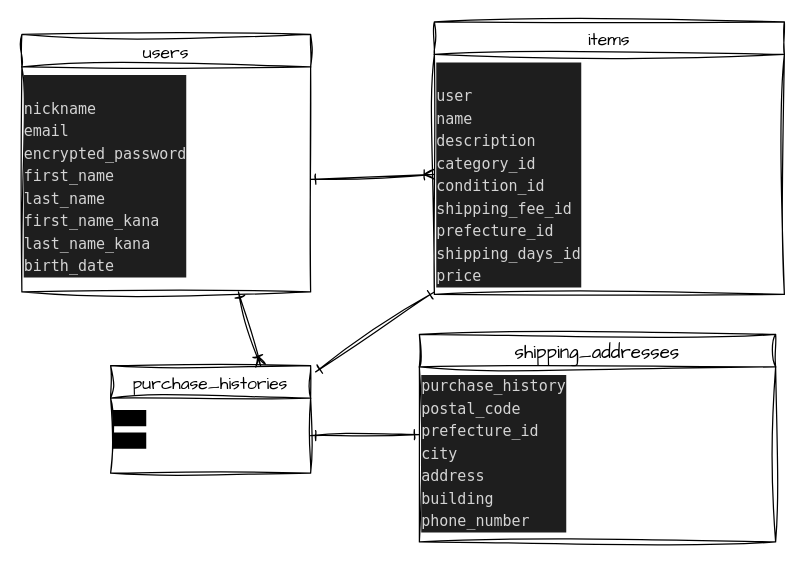
Above: ER.dio in k-en7188i/furima-39060 (draw.io), before the change. Source tidied: cells renumbered, new cells numbered last; positions are measured from the earlier drawing's top-left corner, leaving out a move shared by most shapes. Both pictures are drawn from the tidied source at 125%, with x=0, y=0 at pixel (21, 21).
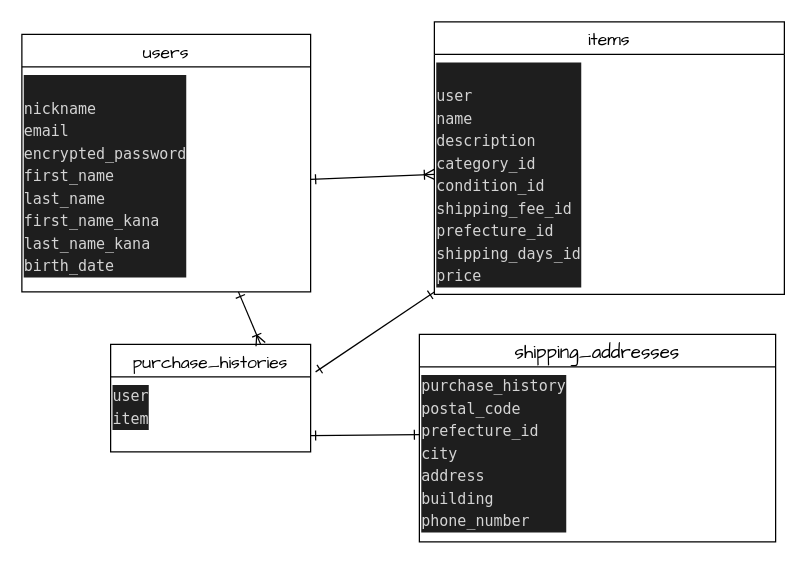
After the change.

The edit, as a diff of the source:
```diff
@@
 <mxGraphModel>
   <root>
     <mxCell id="0" />
     <mxCell id="1" parent="0" />
-    <mxCell id="2" value="users" style="swimlane;fontStyle=0;horizontal=1;startSize=26;align=center;fontSize=14;sketch=1;hachureGap=4;jiggle=2;curveFitting=1;fontFamily=Architects Daughter;" parent="1" vertex="1">
+    <mxCell id="2" value="users" style="swimlane;fontStyle=0;horizontal=1;startSize=26;align=center;fontSize=14;hachureGap=4;fontFamily=Architects Daughter;" parent="1" vertex="1">
       <mxGeometry y="10" width="231" height="206" as="geometry" />
     </mxCell>
     <mxCell id="3" value="&lt;div style=&quot;color: rgb(212, 212, 212); background-color: rgb(30, 30, 30); font-family: Menlo, Monaco, &amp;quot;Courier New&amp;quot;, monospace; font-weight: normal; font-size: 12px; line-height: 18px;&quot;&gt;&lt;div&gt;&lt;br&gt;&lt;/div&gt;&lt;div&gt;&lt;span style=&quot;color: #d4d4d4;&quot;&gt;nickname&lt;/span&gt;&lt;/div&gt;&lt;div&gt;&lt;span style=&quot;color: #d4d4d4;&quot;&gt;email&lt;/span&gt;&lt;/div&gt;&lt;div&gt;&lt;span style=&quot;color: #d4d4d4;&quot;&gt;encrypted_password&lt;/span&gt;&lt;/div&gt;&lt;div&gt;&lt;span style=&quot;color: #d4d4d4;&quot;&gt;first_name&lt;/span&gt;&lt;/div&gt;&lt;div&gt;&lt;span style=&quot;color: #d4d4d4;&quot;&gt;last_name&lt;/span&gt;&lt;/div&gt;&lt;div&gt;&lt;span style=&quot;color: #d4d4d4;&quot;&gt;first_name_kana&lt;/span&gt;&lt;/div&gt;&lt;div&gt;last_name_kana&lt;/div&gt;&lt;div&gt;&lt;span style=&quot;color: #d4d4d4;&quot;&gt;birth_date&amp;nbsp;&lt;/span&gt;&lt;/div&gt;&lt;/div&gt;" style="text;whiteSpace=wrap;html=1;fontSize=6;fontFamily=Architects Daughter;" parent="2" vertex="1">
       <mxGeometry y="26" width="231" height="180" as="geometry" />
     </mxCell>
-    <mxCell id="4" value="items" style="swimlane;fontStyle=0;horizontal=1;startSize=26;align=center;fontSize=14;sketch=1;hachureGap=4;jiggle=2;curveFitting=1;fontFamily=Architects Daughter;" parent="1" vertex="1">
+    <mxCell id="4" value="items" style="swimlane;fontStyle=0;horizontal=1;startSize=26;align=center;fontSize=14;hachureGap=4;fontFamily=Architects Daughter;" parent="1" vertex="1">
       <mxGeometry x="330" width="280" height="218" as="geometry" />
     </mxCell>
     <mxCell id="5" value="&lt;div style=&quot;color: rgb(212, 212, 212); background-color: rgb(30, 30, 30); font-family: Menlo, Monaco, &amp;quot;Courier New&amp;quot;, monospace; font-size: 12px; line-height: 18px;&quot;&gt;&lt;div&gt;&lt;br&gt;&lt;/div&gt;&lt;div&gt;&lt;span style=&quot;color: #d4d4d4;&quot;&gt;user&lt;/span&gt;&lt;/div&gt;&lt;div&gt;name&amp;nbsp;&lt;/div&gt;&lt;div&gt;description&amp;nbsp;&lt;/div&gt;&lt;div&gt;&lt;span style=&quot;color: #d4d4d4;&quot;&gt;category_id&amp;nbsp;&lt;/span&gt;&lt;/div&gt;&lt;div&gt;&lt;span style=&quot;color: #d4d4d4;&quot;&gt;condition_id&amp;nbsp;&lt;/span&gt;&lt;/div&gt;&lt;div&gt;&lt;span style=&quot;color: #d4d4d4;&quot;&gt;shipping_fee_id&lt;/span&gt;&lt;/div&gt;&lt;div&gt;&lt;span style=&quot;color: #d4d4d4;&quot;&gt;prefecture_id&lt;/span&gt;&lt;/div&gt;&lt;div&gt;&lt;span style=&quot;color: #d4d4d4;&quot;&gt;shipping_days_id&lt;/span&gt;&lt;/div&gt;&lt;div&gt;&lt;span style=&quot;color: #d4d4d4;&quot;&gt;price&lt;/span&gt;&lt;/div&gt;&lt;/div&gt;" style="text;whiteSpace=wrap;html=1;fontSize=6;fontFamily=Architects Daughter;fontStyle=0;" parent="4" vertex="1">
       <mxGeometry y="26" width="280" height="192" as="geometry" />
     </mxCell>
-    <mxCell id="6" value="shipping_addresses" style="swimlane;fontStyle=0;horizontal=1;startSize=26;align=center;fontSize=15;sketch=1;hachureGap=4;jiggle=2;curveFitting=1;fontFamily=Architects Daughter;" parent="1" vertex="1">
+    <mxCell id="6" value="shipping_addresses" style="swimlane;fontStyle=0;horizontal=1;startSize=26;align=center;fontSize=15;hachureGap=4;fontFamily=Architects Daughter;" parent="1" vertex="1">
       <mxGeometry x="318" y="250" width="285" height="166" as="geometry" />
     </mxCell>
     <mxCell id="7" value="&lt;div style=&quot;color: rgb(212, 212, 212); background-color: rgb(30, 30, 30); font-family: Menlo, Monaco, &amp;quot;Courier New&amp;quot;, monospace; font-weight: normal; font-size: 12px; line-height: 18px;&quot;&gt;&lt;div&gt;purchase_history&lt;/div&gt;&lt;div&gt;postal_code&lt;br&gt;&lt;/div&gt;&lt;div&gt;&lt;span style=&quot;color: #d4d4d4;&quot;&gt;prefecture_id&lt;/span&gt;&lt;/div&gt;&lt;div&gt;&lt;span style=&quot;color: #d4d4d4;&quot;&gt;city&lt;/span&gt;&lt;/div&gt;&lt;div&gt;&lt;span style=&quot;color: #d4d4d4;&quot;&gt;address&lt;/span&gt;&lt;/div&gt;&lt;div&gt;&lt;span style=&quot;color: #d4d4d4;&quot;&gt;building&lt;/span&gt;&lt;/div&gt;&lt;div&gt;&lt;span style=&quot;color: #d4d4d4;&quot;&gt;phone_number&lt;/span&gt;&lt;/div&gt;&lt;/div&gt;" style="text;whiteSpace=wrap;html=1;fontSize=6;fontFamily=Architects Daughter;" parent="6" vertex="1">
       <mxGeometry y="26" width="285" height="140" as="geometry" />
     </mxCell>
-    <mxCell id="8" style="edgeStyle=none;sketch=1;hachureGap=4;jiggle=2;curveFitting=1;html=1;exitX=1;exitY=0.5;exitDx=0;exitDy=0;fontFamily=Architects Daughter;fontSize=6;endArrow=ERoneToMany;endFill=0;startArrow=ERone;startFill=0;entryX=0;entryY=0.5;entryDx=0;entryDy=0;" parent="1" edge="1" source="3" target="5">
+    <mxCell id="8" style="edgeStyle=none;hachureGap=4;html=1;exitX=1;exitY=0.5;exitDx=0;exitDy=0;fontFamily=Architects Daughter;fontSize=6;endArrow=ERoneToMany;endFill=0;startArrow=ERone;startFill=0;entryX=0;entryY=0.5;entryDx=0;entryDy=0;" parent="1" edge="1" source="3" target="5">
       <mxGeometry relative="1" as="geometry" />
     </mxCell>
-    <mxCell id="9" value="purchase_histories" style="swimlane;fontStyle=0;horizontal=1;startSize=26;align=center;fontSize=14;sketch=1;hachureGap=4;jiggle=2;curveFitting=1;fontFamily=Architects Daughter;" parent="1" vertex="1">
-      <mxGeometry x="71" y="275" width="160" height="86" as="geometry" />
+    <mxCell id="9" value="purchase_histories" style="swimlane;fontStyle=0;horizontal=1;startSize=26;align=center;fontSize=14;hachureGap=4;fontFamily=Architects Daughter;" parent="1" vertex="1">
+      <mxGeometry x="71" y="258" width="160" height="86" as="geometry" />
     </mxCell>
-    <mxCell id="10" value="&lt;font style=&quot;font-size: 11px;&quot;&gt;&lt;b&gt;&lt;span style=&quot;border: 0px solid rgb(217, 217, 227); box-sizing: border-box; --tw-border-spacing-x:0; --tw-border-spacing-y:0; --tw-translate-x:0; --tw-translate-y:0; --tw-rotate:0; --tw-skew-x:0; --tw-skew-y:0; --tw-scale-x:1; --tw-scale-y:1; --tw-pan-x: ; --tw-pan-y: ; --tw-pinch-zoom: ; --tw-scroll-snap-strictness:proximity; --tw-ordinal: ; --tw-slashed-zero: ; --tw-numeric-figure: ; --tw-numeric-spacing: ; --tw-numeric-fraction: ; --tw-ring-inset: ; --tw-ring-offset-width:0px; --tw-ring-offset-color:#fff; --tw-ring-color:rgba(59,130,246,0.5); --tw-ring-offset-shadow:0 0 transparent; --tw-ring-shadow:0 0 transparent; --tw-shadow:0 0 transparent; --tw-shadow-colored:0 0 transparent; --tw-blur: ; --tw-brightness: ; --tw-contrast: ; --tw-grayscale: ; --tw-hue-rotate: ; --tw-invert: ; --tw-saturate: ; --tw-sepia: ; --tw-drop-shadow: ; --tw-backdrop-blur: ; --tw-backdrop-brightness: ; --tw-backdrop-contrast: ; --tw-backdrop-grayscale: ; --tw-backdrop-hue-rotate: ; --tw-backdrop-invert: ; --tw-backdrop-opacity: ; --tw-backdrop-saturate: ; --tw-backdrop-sepia: ; font-family: &amp;quot;Söhne Mono&amp;quot;, Monaco, &amp;quot;Andale Mono&amp;quot;, &amp;quot;Ubuntu Mono&amp;quot;, monospace; font-style: normal; font-variant-ligatures: normal; font-variant-caps: normal; letter-spacing: normal; orphans: 2; text-align: left; text-indent: 0px; text-transform: none; widows: 2; word-spacing: 0px; -webkit-text-stroke-width: 0px; background-color: rgb(0, 0, 0); text-decoration-thickness: initial; text-decoration-style: initial; text-decoration-color: initial;&quot; class=&quot;hljs-string&quot;&gt;user&lt;/span&gt;&lt;span style=&quot;font-family: &amp;quot;Söhne Mono&amp;quot;, Monaco, &amp;quot;Andale Mono&amp;quot;, &amp;quot;Ubuntu Mono&amp;quot;, monospace; font-style: normal; font-variant-ligatures: normal; font-variant-caps: normal; letter-spacing: normal; orphans: 2; text-align: left; text-indent: 0px; text-transform: none; widows: 2; word-spacing: 0px; -webkit-text-stroke-width: 0px; background-color: rgb(0, 0, 0); text-decoration-thickness: initial; text-decoration-style: initial; text-decoration-color: initial; float: none; display: inline !important;&quot;&gt;&lt;br&gt;&lt;/span&gt;&lt;span style=&quot;border: 0px solid rgb(217, 217, 227); box-sizing: border-box; --tw-border-spacing-x:0; --tw-border-spacing-y:0; --tw-translate-x:0; --tw-translate-y:0; --tw-rotate:0; --tw-skew-x:0; --tw-skew-y:0; --tw-scale-x:1; --tw-scale-y:1; --tw-pan-x: ; --tw-pan-y: ; --tw-pinch-zoom: ; --tw-scroll-snap-strictness:proximity; --tw-ordinal: ; --tw-slashed-zero: ; --tw-numeric-figure: ; --tw-numeric-spacing: ; --tw-numeric-fraction: ; --tw-ring-inset: ; --tw-ring-offset-width:0px; --tw-ring-offset-color:#fff; --tw-ring-color:rgba(59,130,246,0.5); --tw-ring-offset-shadow:0 0 transparent; --tw-ring-shadow:0 0 transparent; --tw-shadow:0 0 transparent; --tw-shadow-colored:0 0 transparent; --tw-blur: ; --tw-brightness: ; --tw-contrast: ; --tw-grayscale: ; --tw-hue-rotate: ; --tw-invert: ; --tw-saturate: ; --tw-sepia: ; --tw-drop-shadow: ; --tw-backdrop-blur: ; --tw-backdrop-brightness: ; --tw-backdrop-contrast: ; --tw-backdrop-grayscale: ; --tw-backdrop-hue-rotate: ; --tw-backdrop-invert: ; --tw-backdrop-opacity: ; --tw-backdrop-saturate: ; --tw-backdrop-sepia: ; font-family: &amp;quot;Söhne Mono&amp;quot;, Monaco, &amp;quot;Andale Mono&amp;quot;, &amp;quot;Ubuntu Mono&amp;quot;, monospace; font-style: normal; font-variant-ligatures: normal; font-variant-caps: normal; letter-spacing: normal; orphans: 2; text-align: left; text-indent: 0px; text-transform: none; widows: 2; word-spacing: 0px; -webkit-text-stroke-width: 0px; background-color: rgb(0, 0, 0); text-decoration-thickness: initial; text-decoration-style: initial; text-decoration-color: initial;&quot; class=&quot;hljs-string&quot;&gt;item&lt;/span&gt;&lt;/b&gt;&lt;/font&gt;" style="text;whiteSpace=wrap;html=1;fontSize=15;fontFamily=Architects Daughter;" parent="9" vertex="1">
+    <mxCell id="10" value="&lt;div style=&quot;color: rgb(212, 212, 212); background-color: rgb(30, 30, 30); font-family: Menlo, Monaco, &amp;quot;Courier New&amp;quot;, monospace; font-weight: normal; font-size: 12px; line-height: 18px;&quot;&gt;&lt;div&gt;user&lt;br&gt;&lt;/div&gt;&lt;div&gt;item&lt;/div&gt;&lt;/div&gt;" style="text;whiteSpace=wrap;html=1;fontSize=6;fontFamily=Architects Daughter;" parent="9" vertex="1">
       <mxGeometry y="26" width="160" height="60" as="geometry" />
     </mxCell>
-    <mxCell id="11" style="edgeStyle=none;sketch=1;hachureGap=4;jiggle=2;curveFitting=1;html=1;exitX=0.75;exitY=1;exitDx=0;exitDy=0;entryX=0.75;entryY=0;entryDx=0;entryDy=0;fontFamily=Architects Daughter;fontSize=15;startArrow=ERone;startFill=0;endArrow=ERoneToMany;endFill=0;" parent="1" edge="1" source="3" target="9">
+    <mxCell id="11" style="edgeStyle=none;hachureGap=4;html=1;exitX=0.75;exitY=1;exitDx=0;exitDy=0;entryX=0.75;entryY=0;entryDx=0;entryDy=0;fontFamily=Architects Daughter;fontSize=15;startArrow=ERone;startFill=0;endArrow=ERoneToMany;endFill=0;" parent="1" edge="1" source="3" target="9">
       <mxGeometry relative="1" as="geometry" />
     </mxCell>
-    <mxCell id="12" style="edgeStyle=none;sketch=1;hachureGap=4;jiggle=2;curveFitting=1;html=1;fontFamily=Architects Daughter;fontSize=15;startArrow=ERone;startFill=0;endArrow=ERone;endFill=0;" parent="1" edge="1" source="5">
+    <mxCell id="12" style="edgeStyle=none;hachureGap=4;html=1;fontFamily=Architects Daughter;fontSize=15;startArrow=ERone;startFill=0;endArrow=ERone;endFill=0;" parent="1" edge="1" source="5">
       <mxGeometry relative="1" as="geometry">
         <mxPoint x="235" y="280" as="targetPoint" />
       </mxGeometry>
     </mxCell>
-    <mxCell id="13" style="edgeStyle=none;sketch=1;hachureGap=4;jiggle=2;curveFitting=1;html=1;exitX=1;exitY=0.5;exitDx=0;exitDy=0;entryX=0;entryY=0.387;entryDx=0;entryDy=0;entryPerimeter=0;fontFamily=Architects Daughter;fontSize=11;fontColor=#F0F0F0;startArrow=ERone;startFill=0;endArrow=ERone;endFill=0;" parent="1" edge="1" source="10" target="7">
-      <mxGeometry relative="1" as="geometry" />
+    <mxCell id="13" style="edgeStyle=none;hachureGap=4;html=1;exitX=1;exitY=0.5;exitDx=0;exitDy=0;entryX=0;entryY=0.387;entryDx=0;entryDy=0;entryPerimeter=0;fontFamily=Architects Daughter;fontSize=11;fontColor=#F0F0F0;startArrow=ERone;startFill=0;endArrow=ERone;endFill=0;" parent="1" edge="1" target="7">
+      <mxGeometry relative="1" as="geometry">
+        <mxPoint x="231" y="331" as="sourcePoint" />
+      </mxGeometry>
     </mxCell>
   </root>
 </mxGraphModel>
```
